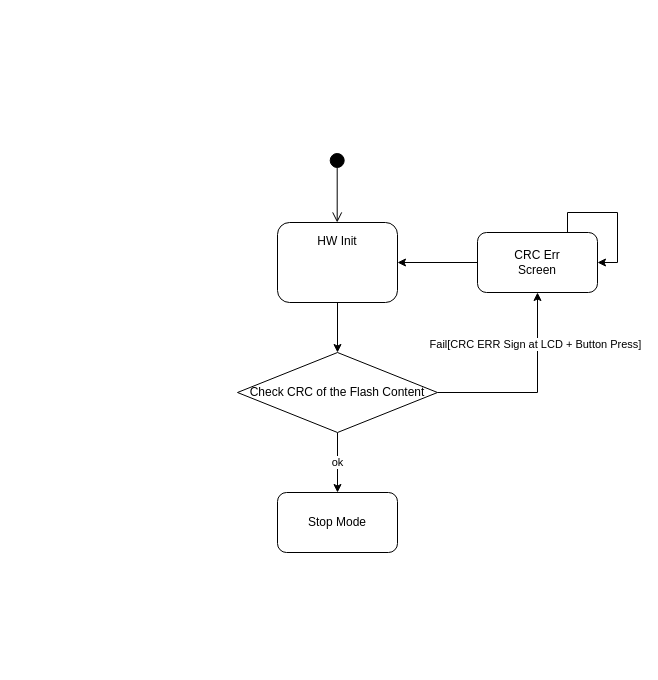
Above: Untitled Diagram.drawio in insighthorizon/useful_scripts (draw.io), before the change. Source tidied: cells renumbered, new cells numbered last; positions are measured from the earlier drawing's top-left corner, leaving out a move shared by most shapes. Both pictures are drawn from the tidied source at 100%, with x=0, y=0 at pixel (237, 152).
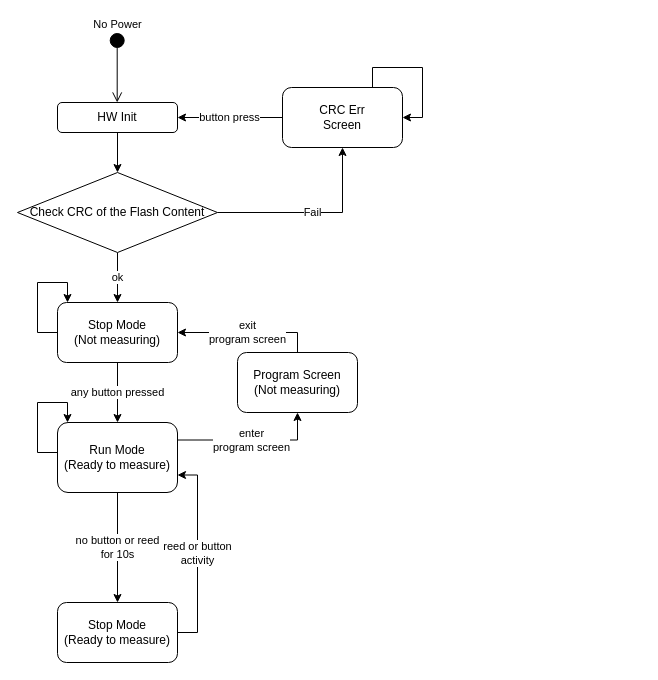
The same page after the edit.

Diff of the diagram source:
```diff
@@
-    <mxCell id="3" value="HW Init&lt;br&gt;&lt;br&gt;&lt;br&gt;&lt;br&gt;" style="rounded=1;whiteSpace=wrap;html=1;" parent="1" vertex="1">
-      <mxGeometry x="40" y="70" width="120" height="80" as="geometry" />
+    <mxCell id="3" value="HW Init" style="rounded=1;whiteSpace=wrap;html=1;" parent="1" vertex="1">
+      <mxGeometry x="-180" y="-50" width="120" height="30" as="geometry" />
     </mxCell>
@@
-    <mxCell id="5" style="edgeStyle=orthogonalEdgeStyle;rounded=0;jettySize=auto;html=1;exitX=1;exitY=0.5;exitDx=0;exitDy=0;entryX=0.5;entryY=1;entryDx=0;entryDy=0;" parent="1" edge="1" source="7" target="10">
+    <mxCell id="5" value="Fail" style="edgeStyle=orthogonalEdgeStyle;rounded=0;jettySize=auto;html=1;exitX=1;exitY=0.5;exitDx=0;exitDy=0;entryX=0.5;entryY=1;entryDx=0;entryDy=0;" parent="1" edge="1" source="7" target="10">
       <mxGeometry relative="1" as="geometry" />
     </mxCell>
-    <mxCell id="6" value="Fail[CRC ERR Sign at LCD + Button Press]" style="edgeLabel;html=1;align=center;verticalAlign=middle;" parent="5" vertex="1">
-      <mxGeometry x="0.07" y="3" relative="1" as="geometry">
-        <mxPoint y="-42" as="offset" />
-      </mxGeometry>
-    </mxCell>
     <mxCell id="7" value="Check CRC of the Flash Content" style="rhombus;whiteSpace=wrap;html=1;" parent="1" vertex="1">
-      <mxGeometry y="200" width="200" height="80" as="geometry" />
+      <mxGeometry x="-220" y="20" width="200" height="80" as="geometry" />
     </mxCell>
     <mxCell id="8" style="html=1;verticalAlign=bottom;startArrow=circle;startFill=1;endArrow=open;startSize=6;endSize=8;rounded=0;" parent="1" edge="1">
       <mxGeometry relative="1" as="geometry">
-        <mxPoint x="99.7" as="sourcePoint" />
-        <mxPoint x="99.7" y="70" as="targetPoint" />
+        <mxPoint x="-120.3" y="-120" as="sourcePoint" />
+        <mxPoint x="-120.3" y="-50" as="targetPoint" />
       </mxGeometry>
     </mxCell>
+    <mxCell id="13" value="No Power" style="edgeLabel;html=1;align=center;verticalAlign=middle;" parent="8" vertex="1">
+      <mxGeometry x="-0.84" y="-2" relative="1" as="geometry">
+        <mxPoint x="2" y="-15" as="offset" />
+      </mxGeometry>
+    </mxCell>
-    <mxCell id="9" style="edgeStyle=orthogonalEdgeStyle;rounded=0;jettySize=auto;html=1;entryX=1;entryY=0.5;entryDx=0;entryDy=0;" parent="1" edge="1" source="10" target="3">
+    <mxCell id="9" value="button press&lt;br&gt;" style="edgeStyle=orthogonalEdgeStyle;rounded=0;jettySize=auto;html=1;entryX=1;entryY=0.5;entryDx=0;entryDy=0;" parent="1" edge="1" source="10" target="3">
       <mxGeometry relative="1" as="geometry" />
     </mxCell>
     <mxCell id="10" value="CRC Err&lt;br&gt;Screen" style="rounded=1;whiteSpace=wrap;html=1;" parent="1" vertex="1">
-      <mxGeometry x="240" y="80" width="120" height="60" as="geometry" />
+      <mxGeometry x="45" y="-65" width="120" height="60" as="geometry" />
     </mxCell>
+    <mxCell id="14" value="any button pressed" style="edgeStyle=orthogonalEdgeStyle;rounded=0;jettySize=auto;html=1;exitX=0.5;exitY=1;exitDx=0;exitDy=0;entryX=0.5;entryY=0;entryDx=0;entryDy=0;" parent="1" edge="1" source="11" target="17">
+      <mxGeometry relative="1" as="geometry" />
+    </mxCell>
-    <mxCell id="11" value="Stop Mode" style="rounded=1;whiteSpace=wrap;html=1;" parent="1" vertex="1">
-      <mxGeometry x="40" y="340" width="120" height="60" as="geometry" />
+    <mxCell id="11" value="Stop Mode&lt;br&gt;(Not measuring)" style="rounded=1;whiteSpace=wrap;html=1;" parent="1" vertex="1">
+      <mxGeometry x="-180" y="150" width="120" height="60" as="geometry" />
     </mxCell>
@@
+    <mxCell id="15" value="no button or reed&lt;br&gt;for 10s" style="edgeStyle=orthogonalEdgeStyle;rounded=0;jettySize=auto;html=1;exitX=0.5;exitY=1;exitDx=0;exitDy=0;entryX=0.5;entryY=0;entryDx=0;entryDy=0;" parent="1" edge="1" source="17" target="21">
+      <mxGeometry relative="1" as="geometry" />
+    </mxCell>
+    <mxCell id="16" value="enter&lt;br&gt;program screen" style="edgeStyle=orthogonalEdgeStyle;rounded=0;jettySize=auto;html=1;exitX=1;exitY=0.25;exitDx=0;exitDy=0;entryX=0.5;entryY=1;entryDx=0;entryDy=0;" parent="1" edge="1" source="17" target="23">
+      <mxGeometry relative="1" as="geometry" />
+    </mxCell>
+    <mxCell id="17" value="Run Mode&lt;br&gt;(Ready to measure)" style="rounded=1;whiteSpace=wrap;html=1;" parent="1" vertex="1">
+      <mxGeometry x="-180" y="270" width="120" height="70" as="geometry" />
+    </mxCell>
+    <mxCell id="18" style="edgeStyle=orthogonalEdgeStyle;rounded=0;orthogonalLoop=1;jettySize=auto;html=1;exitX=0;exitY=0.5;exitDx=0;exitDy=0;entryX=0.083;entryY=0;entryDx=0;entryDy=0;entryPerimeter=0;" parent="1" edge="1">
+      <mxGeometry relative="1" as="geometry">
+        <mxPoint x="-180" y="300" as="sourcePoint" />
+        <mxPoint x="-170" y="270" as="targetPoint" />
+        <Array as="points">
+          <mxPoint x="-200" y="300" />
+          <mxPoint x="-200" y="250" />
+          <mxPoint x="-170" y="250" />
+        </Array>
+      </mxGeometry>
+    </mxCell>
+    <mxCell id="19" style="edgeStyle=orthogonalEdgeStyle;rounded=0;orthogonalLoop=1;jettySize=auto;html=1;exitX=0;exitY=0.5;exitDx=0;exitDy=0;entryX=0.083;entryY=0;entryDx=0;entryDy=0;entryPerimeter=0;" parent="1" edge="1">
+      <mxGeometry relative="1" as="geometry">
+        <mxPoint x="-180" y="180" as="sourcePoint" />
+        <mxPoint x="-170" y="150" as="targetPoint" />
+        <Array as="points">
+          <mxPoint x="-200" y="180" />
+          <mxPoint x="-200" y="130" />
+          <mxPoint x="-170" y="130" />
+        </Array>
+      </mxGeometry>
+    </mxCell>
+    <mxCell id="20" value="reed or button&lt;br&gt;activity" style="edgeStyle=orthogonalEdgeStyle;rounded=0;jettySize=auto;html=1;exitX=1;exitY=0.5;exitDx=0;exitDy=0;entryX=1;entryY=0.75;entryDx=0;entryDy=0;" parent="1" edge="1" source="21" target="17">
+      <mxGeometry relative="1" as="geometry" />
+    </mxCell>
+    <mxCell id="21" value="Stop Mode&lt;br&gt;(Ready to measure)" style="rounded=1;whiteSpace=wrap;html=1;" parent="1" vertex="1">
+      <mxGeometry x="-180" y="450" width="120" height="60" as="geometry" />
+    </mxCell>
+    <mxCell id="22" value="exit&lt;br&gt;program screen" style="edgeStyle=orthogonalEdgeStyle;rounded=0;jettySize=auto;html=1;exitX=0.5;exitY=0;exitDx=0;exitDy=0;entryX=1;entryY=0.5;entryDx=0;entryDy=0;" parent="1" edge="1" source="23" target="11">
+      <mxGeometry relative="1" as="geometry" />
+    </mxCell>
+    <mxCell id="23" value="Program Screen&lt;br&gt;(Not measuring)" style="rounded=1;whiteSpace=wrap;html=1;" parent="1" vertex="1">
+      <mxGeometry y="200" width="120" height="60" as="geometry" />
+    </mxCell>
```
